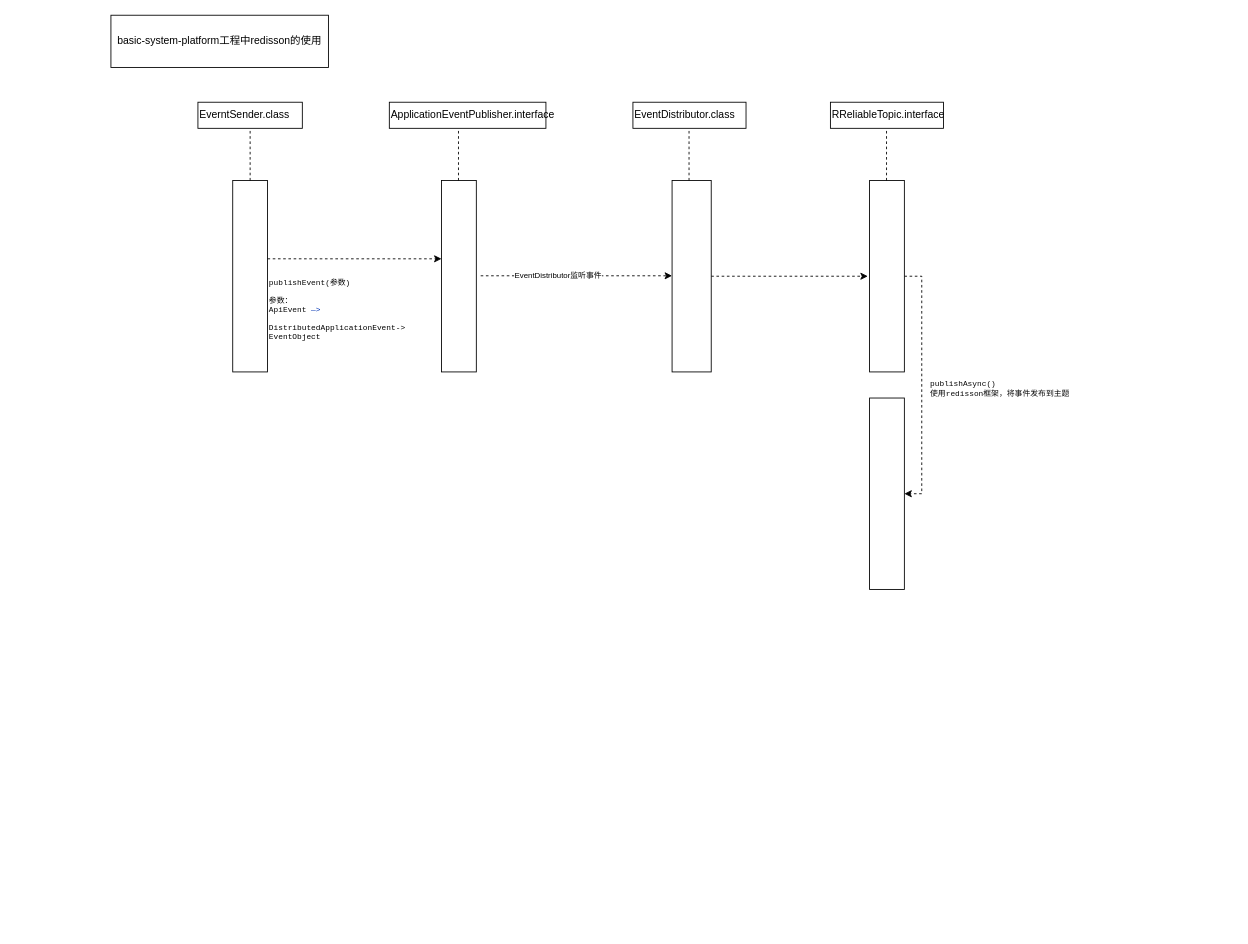
Before: sendi/未命名绘图.drawio in Joyouspeng/joyous, a draw.io diagram. Source tidied: cells renumbered, new cells numbered last; positions are measured from the earlier drawing's top-left corner, leaving out a move shared by most shapes. Both pictures are drawn from the tidied source at 87%, with x=0, y=0 at pixel (110, 15).
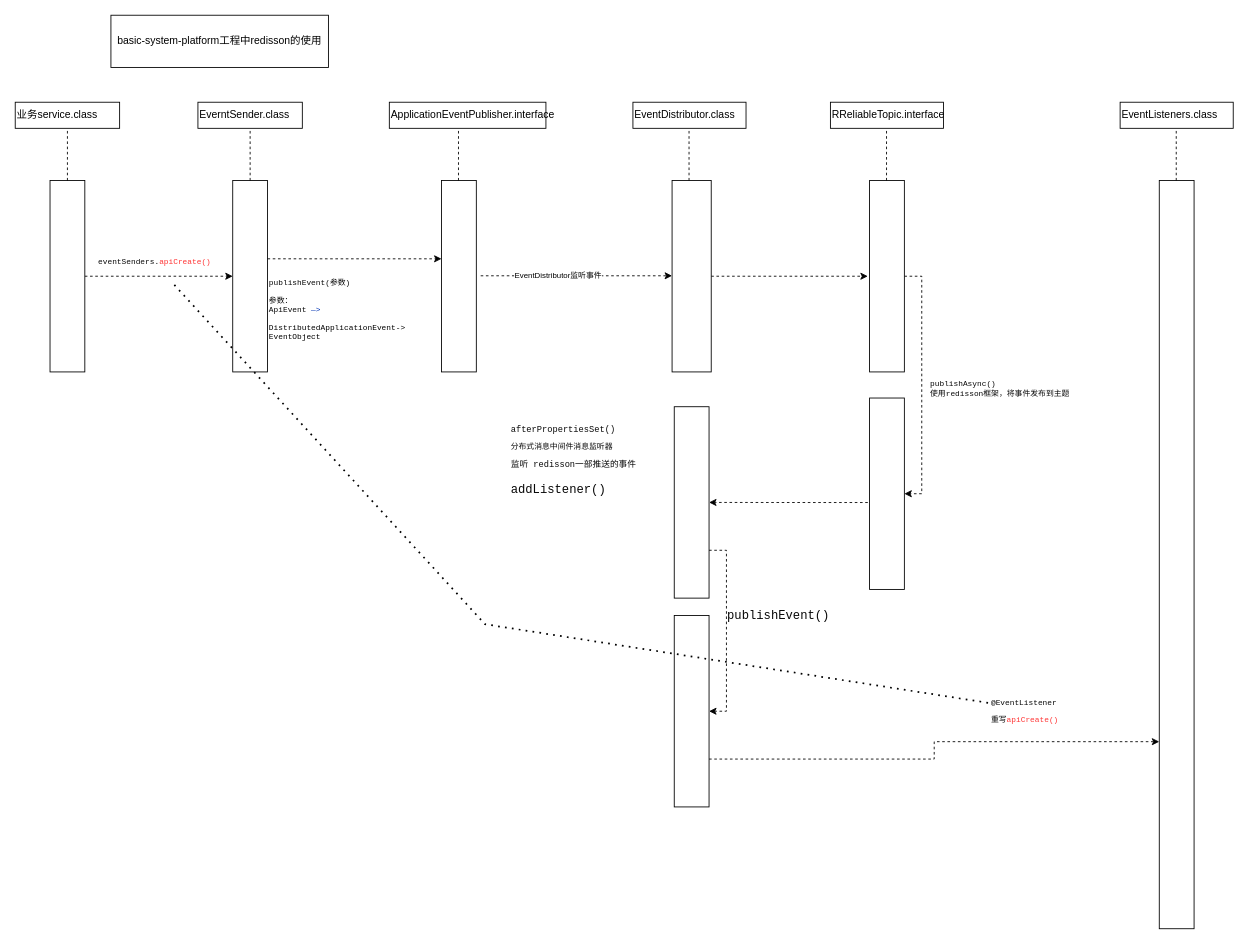
After the change.

Unchanged cells that the change refers to:
```xml
<mxCell id="5" value="&lt;pre style=&quot;background-color:#ffffff;color:#080808;font-family:'JetBrains Mono',monospace;font-size:13.5pt;&quot;&gt;&lt;br&gt;&lt;/pre&gt;" style="rounded=0;whiteSpace=wrap;html=1;" parent="1" vertex="1">
  <mxGeometry x="140" y="190" width="40" height="220" as="geometry" />
</mxCell>
<mxCell id="20" style="rounded=0;whiteSpace=wrap;html=1;" parent="1" vertex="1">
  <mxGeometry x="872" y="440" width="40" height="220" as="geometry" />
</mxCell>
```

The edit, as a diff of the source:
```diff
@@
-    <mxCell id="8" value="&lt;pre style=&quot;border-color: var(--border-color); font-family: &amp;quot;JetBrains Mono&amp;quot;, monospace; font-size: 9px;&quot;&gt;&lt;font color=&quot;#080808&quot;&gt;publishEvent(参数)&lt;/font&gt;&lt;font size=&quot;1&quot; color=&quot;#080808&quot;&gt;&lt;br style=&quot;font-size: 9px;&quot;&gt;&lt;/font&gt;&lt;pre style=&quot;background-color: rgb(255, 255, 255); font-family: &amp;quot;JetBrains Mono&amp;quot;, monospace; font-size: 9px;&quot;&gt;&lt;font color=&quot;#080808&quot;&gt;参数：&lt;br/&gt;ApiEvent &lt;/font&gt;&lt;font color=&quot;#0033b3&quot;&gt;—&amp;gt;&lt;/font&gt;&lt;/pre&gt;&lt;pre style=&quot;background-color: rgb(255, 255, 255); font-family: &amp;quot;JetBrains Mono&amp;quot;, monospace; font-size: 9px;&quot;&gt;&lt;span style=&quot;color: rgb(0, 0, 0); font-size: 9px;&quot;&gt;DistributedApplicationEvent-&amp;gt;&lt;br&gt;EventObject&lt;/span&gt;&lt;/pre&gt;&lt;font size=&quot;1&quot; color=&quot;#080808&quot;&gt;&lt;br style=&quot;font-size: 9px;&quot;&gt;&lt;/font&gt;&lt;/pre&gt;" style="text;html=1;align=left;verticalAlign=middle;strokeColor=none;fillColor=none;fontSize=9;" parent="1" vertex="1">
-      <mxGeometry x="180" y="280" width="210" height="140" as="geometry" />
-    </mxCell>
@@
+    <mxCell id="23" style="rounded=0;whiteSpace=wrap;html=1;" parent="1" vertex="1">
+      <mxGeometry x="647.5" y="450" width="40" height="220" as="geometry" />
+    </mxCell>
+    <mxCell id="24" style="edgeStyle=orthogonalEdgeStyle;rounded=0;jettySize=auto;html=1;exitX=-0.05;exitY=0.546;exitDx=0;exitDy=0;dashed=1;fontSize=9;entryX=1;entryY=0.5;entryDx=0;entryDy=0;exitPerimeter=0;" parent="1" edge="1" source="20" target="23">
+      <mxGeometry relative="1" as="geometry" />
+    </mxCell>
+    <mxCell id="25" value="&lt;pre style=&quot;background-color: rgb(255, 255, 255); color: rgb(8, 8, 8); font-family: &amp;quot;JetBrains Mono&amp;quot;, monospace;&quot;&gt;&lt;font size=&quot;1&quot;&gt;afterPropertiesSet()&lt;br&gt;&lt;/font&gt;&lt;pre style=&quot;font-family: 宋体, monospace;&quot;&gt;&lt;font style=&quot;font-size: 9px;&quot;&gt;分布式消息中间件消息监听器&lt;/font&gt;&lt;/pre&gt;&lt;font size=&quot;1&quot;&gt;&lt;div style=&quot;&quot;&gt;监听 redisson一部推送的事件&lt;br&gt;&lt;pre style=&quot;font-family: &amp;quot;JetBrains Mono&amp;quot;, monospace; font-size: 10.5pt;&quot;&gt;addListener()&lt;/pre&gt;&lt;/div&gt;&lt;/font&gt;&lt;/pre&gt;" style="text;html=1;align=left;verticalAlign=middle;strokeColor=none;fillColor=none;fontSize=9;" parent="1" vertex="1">
+      <mxGeometry x="457.5" y="450" width="200" height="130" as="geometry" />
+    </mxCell>
+    <mxCell id="26" style="edgeStyle=orthogonalEdgeStyle;rounded=0;jettySize=auto;html=1;exitX=1;exitY=0.75;exitDx=0;exitDy=0;dashed=1;fontSize=9;entryX=0;entryY=0.75;entryDx=0;entryDy=0;" parent="1" edge="1" source="27" target="31">
+      <mxGeometry relative="1" as="geometry" />
+    </mxCell>
+    <mxCell id="27" style="rounded=0;whiteSpace=wrap;html=1;" parent="1" vertex="1">
+      <mxGeometry x="647.5" y="690" width="40" height="220" as="geometry" />
+    </mxCell>
+    <mxCell id="28" style="edgeStyle=orthogonalEdgeStyle;rounded=0;jettySize=auto;html=1;exitX=1;exitY=0.75;exitDx=0;exitDy=0;dashed=1;fontSize=9;entryX=1;entryY=0.5;entryDx=0;entryDy=0;" parent="1" edge="1" source="23" target="27">
+      <mxGeometry relative="1" as="geometry" />
+    </mxCell>
+    <mxCell id="29" value="&lt;pre style=&quot;background-color:#ffffff;color:#080808;font-family:'JetBrains Mono',monospace;font-size:10.5pt;&quot;&gt;publishEvent()&lt;/pre&gt;" style="text;html=1;align=center;verticalAlign=middle;strokeColor=none;fillColor=none;fontSize=9;" parent="1" vertex="1">
+      <mxGeometry x="707" y="660" width="120" height="60" as="geometry" />
+    </mxCell>
+    <mxCell id="30" value="EventListeners.class" style="rounded=0;whiteSpace=wrap;html=1;align=left;" parent="1" vertex="1">
+      <mxGeometry x="1160" y="100" width="130" height="30" as="geometry" />
+    </mxCell>
+    <mxCell id="31" style="rounded=0;whiteSpace=wrap;html=1;" parent="1" vertex="1">
+      <mxGeometry x="1205" y="190" width="40" height="860" as="geometry" />
+    </mxCell>
+    <mxCell id="32" style="endArrow=none;dashed=1;html=1;rounded=0;entryX=0.5;entryY=1;entryDx=0;entryDy=0;" parent="1" edge="1">
+      <mxGeometry relative="1" as="geometry">
+        <mxPoint x="1224.5" y="190" as="sourcePoint" />
+        <mxPoint x="1224.5" y="130" as="targetPoint" />
+      </mxGeometry>
+    </mxCell>
+    <mxCell id="8" value="&lt;pre style=&quot;border-color: var(--border-color); font-family: &amp;quot;JetBrains Mono&amp;quot;, monospace; font-size: 9px;&quot;&gt;&lt;font color=&quot;#080808&quot;&gt;publishEvent(参数)&lt;/font&gt;&lt;font size=&quot;1&quot; color=&quot;#080808&quot;&gt;&lt;br style=&quot;font-size: 9px;&quot;&gt;&lt;/font&gt;&lt;pre style=&quot;background-color: rgb(255, 255, 255); font-family: &amp;quot;JetBrains Mono&amp;quot;, monospace; font-size: 9px;&quot;&gt;&lt;font color=&quot;#080808&quot;&gt;参数：&lt;br/&gt;ApiEvent &lt;/font&gt;&lt;font color=&quot;#0033b3&quot;&gt;—&amp;gt;&lt;/font&gt;&lt;/pre&gt;&lt;pre style=&quot;background-color: rgb(255, 255, 255); font-family: &amp;quot;JetBrains Mono&amp;quot;, monospace; font-size: 9px;&quot;&gt;&lt;span style=&quot;color: rgb(0, 0, 0); font-size: 9px;&quot;&gt;DistributedApplicationEvent-&amp;gt;&lt;br&gt;EventObject&lt;/span&gt;&lt;/pre&gt;&lt;font size=&quot;1&quot; color=&quot;#080808&quot;&gt;&lt;br style=&quot;font-size: 9px;&quot;&gt;&lt;/font&gt;&lt;/pre&gt;" style="text;html=1;align=left;verticalAlign=middle;strokeColor=none;fillColor=none;fontSize=9;" parent="1" vertex="1">
+      <mxGeometry x="180" y="280" width="210" height="140" as="geometry" />
+    </mxCell>
+    <mxCell id="33" value="业务service.class" style="rounded=0;whiteSpace=wrap;html=1;align=left;" parent="1" vertex="1">
+      <mxGeometry x="-110" y="100" width="120" height="30" as="geometry" />
+    </mxCell>
+    <mxCell id="34" style="edgeStyle=orthogonalEdgeStyle;rounded=0;jettySize=auto;html=1;exitX=1;exitY=0.5;exitDx=0;exitDy=0;entryX=0;entryY=0.5;entryDx=0;entryDy=0;dashed=1;fontSize=9;" parent="1" edge="1" source="35" target="5">
+      <mxGeometry relative="1" as="geometry" />
+    </mxCell>
+    <mxCell id="35" value="&lt;pre style=&quot;background-color:#ffffff;color:#080808;font-family:'JetBrains Mono',monospace;font-size:13.5pt;&quot;&gt;&lt;br&gt;&lt;/pre&gt;" style="rounded=0;whiteSpace=wrap;html=1;" parent="1" vertex="1">
+      <mxGeometry x="-70" y="190" width="40" height="220" as="geometry" />
+    </mxCell>
+    <mxCell id="36" style="endArrow=none;dashed=1;html=1;rounded=0;entryX=0.5;entryY=1;entryDx=0;entryDy=0;" parent="1" edge="1" source="35" target="33">
+      <mxGeometry relative="1" as="geometry" />
+    </mxCell>
+    <mxCell id="37" value="&lt;pre style=&quot;background-color: rgb(255, 255, 255); font-family: &amp;quot;JetBrains Mono&amp;quot;, monospace; font-size: 9px;&quot;&gt;&lt;span style=&quot;color: rgb(8, 8, 8);&quot;&gt;eventSenders.&lt;/span&gt;&lt;font color=&quot;#ff3333&quot;&gt;apiCreate()&lt;/font&gt;&lt;/pre&gt;" style="text;html=1;align=center;verticalAlign=middle;points=[];strokeColor=none;fillColor=none;fontSize=9;" parent="1" vertex="1">
+      <mxGeometry x="-40" y="260" width="180" height="50" as="geometry" />
+    </mxCell>
+    <mxCell id="38" value="&lt;pre style=&quot;background-color: rgb(255, 255, 255); font-family: &amp;quot;JetBrains Mono&amp;quot;, monospace; font-size: 9px;&quot;&gt;&lt;font color=&quot;#080808&quot;&gt;@EventListener&lt;/font&gt;&lt;font size=&quot;1&quot; color=&quot;#080808&quot;&gt;&lt;br style=&quot;font-size: 9px;&quot;&gt;&lt;/font&gt;&lt;pre style=&quot;font-family: &amp;quot;JetBrains Mono&amp;quot;, monospace; font-size: 9px;&quot;&gt;&lt;font color=&quot;#080808&quot;&gt;重写&lt;/font&gt;apiCreate()&lt;/pre&gt;&lt;/pre&gt;" style="text;html=1;align=left;verticalAlign=middle;points=[];strokeColor=none;fillColor=none;fontSize=9;fontColor=#FF3333;" parent="1" vertex="1">
+      <mxGeometry x="1010" y="765" width="120" height="70" as="geometry" />
+    </mxCell>
+    <mxCell id="39" style="endArrow=none;dashed=1;html=1;dashPattern=1 3;strokeWidth=2;rounded=0;fontSize=9;fontColor=#FF3333;" parent="1" edge="1" source="37" target="38">
+      <mxGeometry relative="1" as="geometry">
+        <Array as="points">
+          <mxPoint x="430" y="700" />
+        </Array>
+      </mxGeometry>
+    </mxCell>
```
